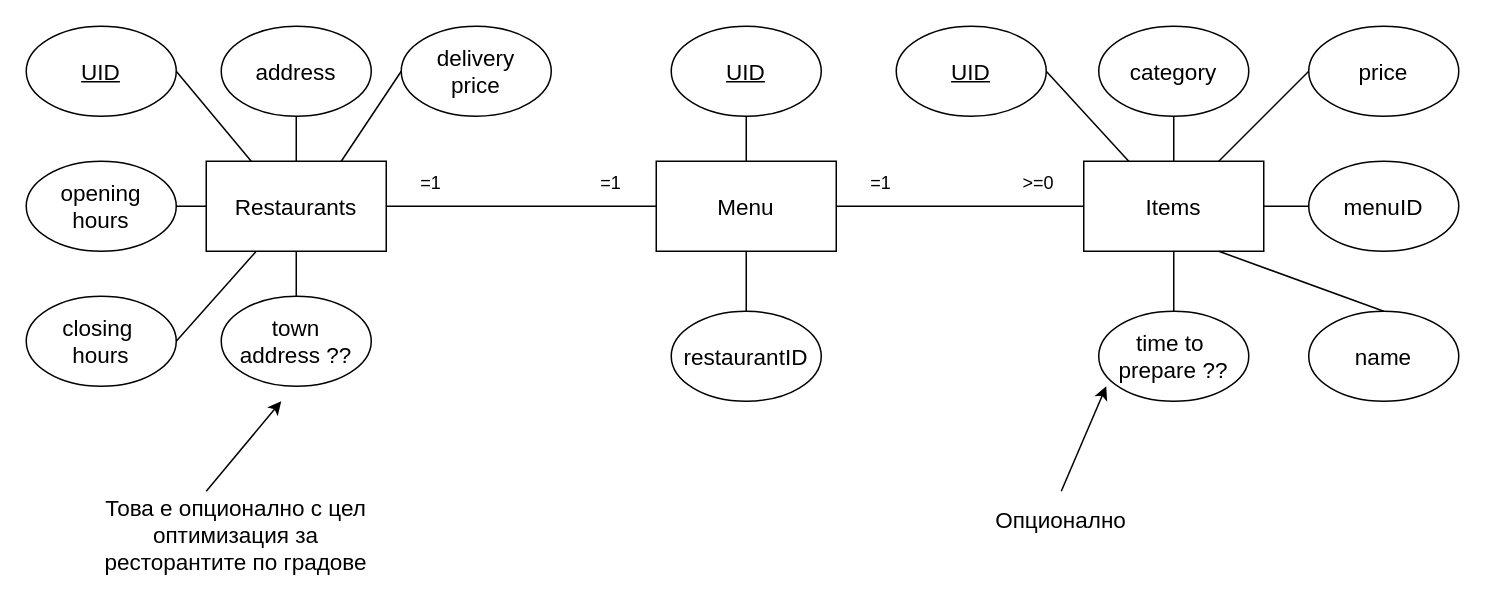
The draw.io diagram page "Model (Restaurant mangement)" (7 of 7) of docs/model+ui+endpoints.drawio in Uber-Summer-Practice-Sofia-2022/uber-summer-practice-docs-faq, before the edit. Source tidied: cells renumbered, new cells numbered last; positions are measured from the earlier drawing's top-left corner, leaving out a move shared by most shapes. Both pictures are drawn from the tidied source at 150%, with x=0, y=0 at pixel (26, 26).
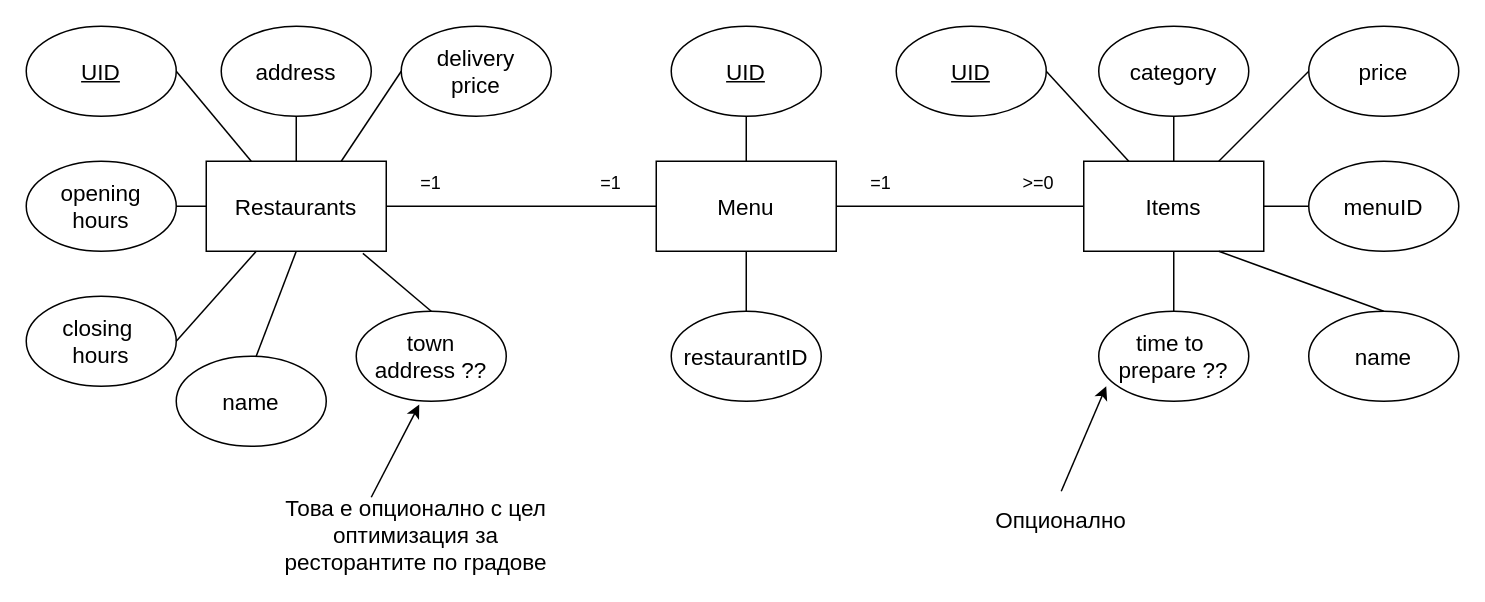
The same page after the edit.

Unchanged cells that the change refers to:
```xml
<mxCell id="2" value="&lt;font style=&quot;font-size: 15px&quot;&gt;Restaurants&lt;/font&gt;" style="rounded=0;whiteSpace=wrap;html=1;" parent="1" vertex="1">
  <mxGeometry x="120" y="90" width="120" height="60" as="geometry" />
</mxCell>
```

What changed in the source:
```diff
@@
     <mxCell id="13" value="town &lt;br&gt;address ??" style="ellipse;whiteSpace=wrap;html=1;fontSize=15;" parent="1" vertex="1">
-      <mxGeometry x="130" y="180" width="100" height="60" as="geometry" />
+      <mxGeometry x="220" y="190" width="100" height="60" as="geometry" />
     </mxCell>
-    <mxCell id="14" style="endArrow=none;html=1;rounded=0;fontSize=15;exitX=0.5;exitY=0;exitDx=0;exitDy=0;entryX=0.5;entryY=1;entryDx=0;entryDy=0;" parent="1" edge="1" source="13" target="2">
+    <mxCell id="14" style="endArrow=none;html=1;rounded=0;fontSize=15;exitX=0.5;exitY=0;exitDx=0;exitDy=0;entryX=0.87;entryY=1.023;entryDx=0;entryDy=0;entryPerimeter=0;" parent="1" edge="1" source="13" target="2">
       <mxGeometry relative="1" as="geometry" />
     </mxCell>
@@
     <mxCell id="35" value="Това е опционално с цел оптимизация за ресторантите по градове" style="text;html=1;strokeColor=none;fillColor=none;align=center;verticalAlign=middle;whiteSpace=wrap;rounded=0;fontSize=15;" parent="1" vertex="1">
-      <mxGeometry x="40" y="324" width="200" height="30" as="geometry" />
+      <mxGeometry x="160" y="324" width="200" height="30" as="geometry" />
     </mxCell>
-    <mxCell id="36" style="endArrow=classic;html=1;rounded=0;fontSize=15;" parent="1" edge="1">
+    <mxCell id="36" style="endArrow=classic;html=1;rounded=0;fontSize=15;entryX=0.42;entryY=1.037;entryDx=0;entryDy=0;entryPerimeter=0;" parent="1" edge="1" target="13">
       <mxGeometry relative="1" as="geometry">
-        <mxPoint x="120" y="310" as="sourcePoint" />
-        <mxPoint x="170" y="250" as="targetPoint" />
+        <mxPoint x="230" y="314" as="sourcePoint" />
       </mxGeometry>
     </mxCell>
@@
+    <mxCell id="43" value="name" style="ellipse;whiteSpace=wrap;html=1;fontSize=15;" parent="1" vertex="1">
+      <mxGeometry x="100" y="220" width="100" height="60" as="geometry" />
+    </mxCell>
+    <mxCell id="44" style="endArrow=none;html=1;rounded=0;fontSize=15;exitX=1;exitY=0.5;exitDx=0;exitDy=0;entryX=0.5;entryY=1;entryDx=0;entryDy=0;" parent="1" edge="1" target="2">
+      <mxGeometry relative="1" as="geometry">
+        <mxPoint x="153.3" y="220" as="sourcePoint" />
+      </mxGeometry>
+    </mxCell>
```
